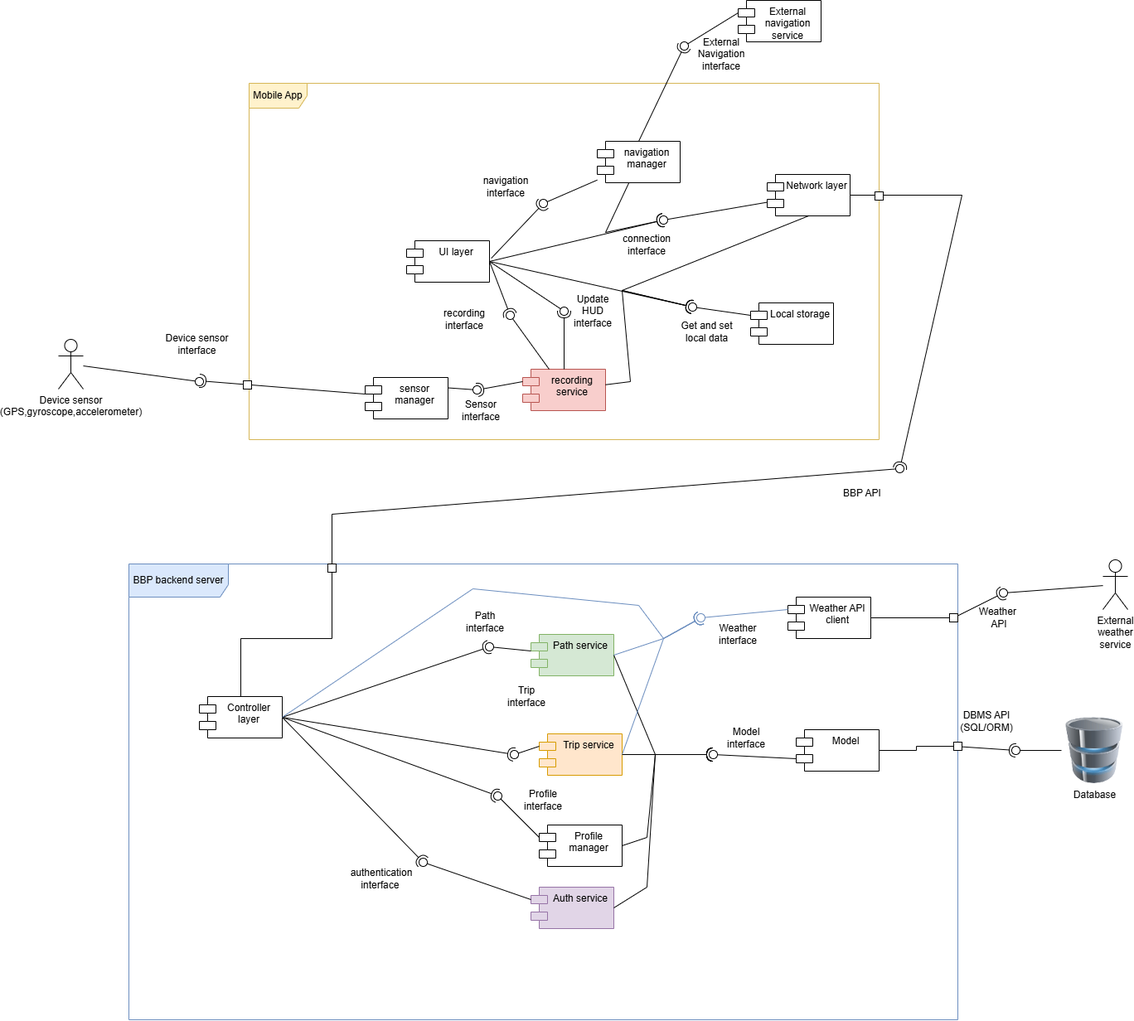
Earlier version of the draw.io export DD/LaTeXCode/images/componentDiagrams/Component_diagram-Complete_low_level_diagram.drawio.png (jacopobellosi/Bellosi-Montanelli-Tempobono). Source tidied: cells renumbered, new cells last; positions are measured from the earlier drawing's top-left corner, leaving out a move shared by most shapes.
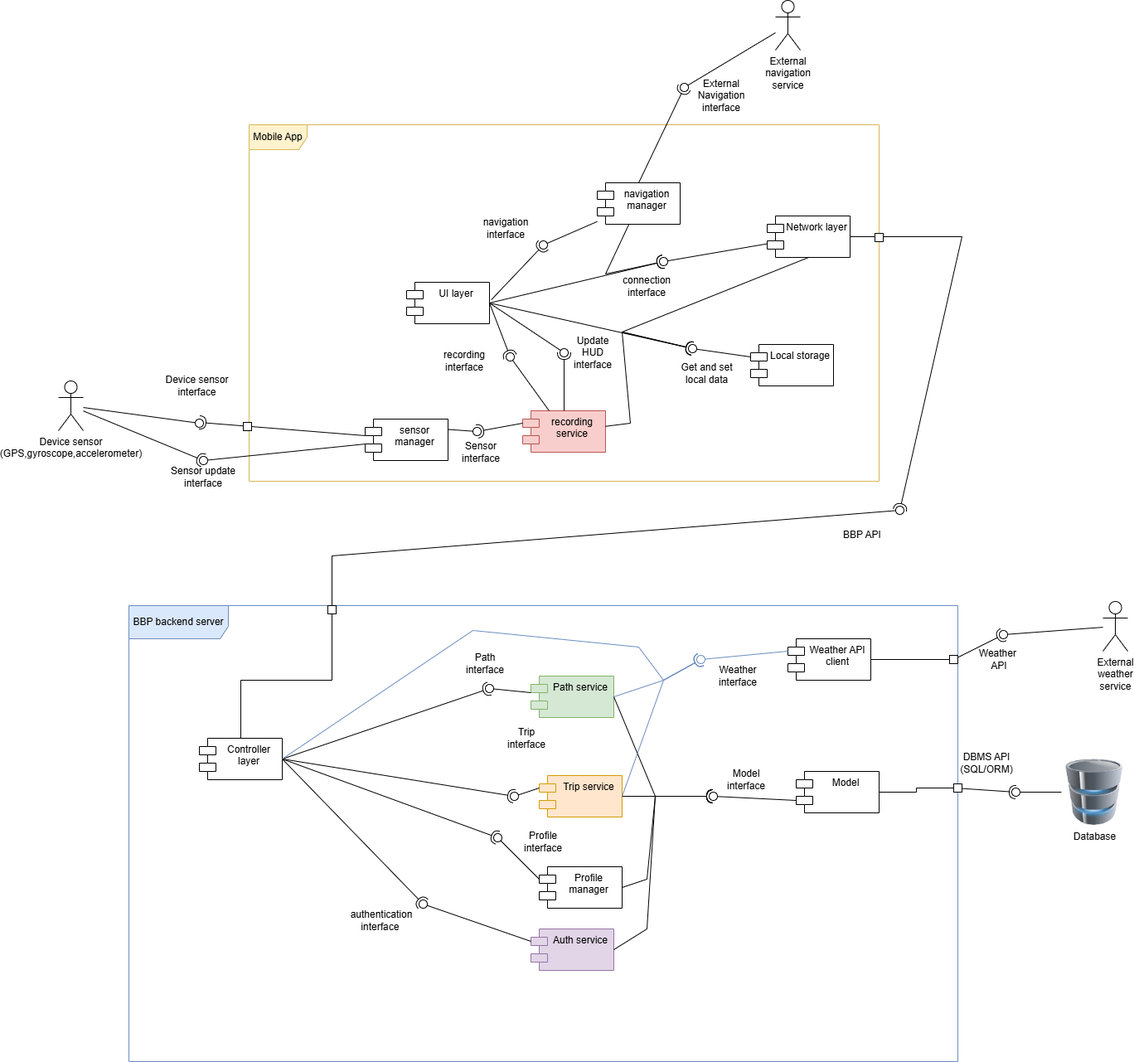
Above is the later version.

Diff of the diagram source:
```diff
@@ -5,9 +5,6 @@
     <mxCell id="2" value="BBP backend server" style="shape=umlFrame;whiteSpace=wrap;html=1;width=120;height=40;fillColor=#dae8fc;strokeColor=#6c8ebf;" parent="1" vertex="1">
       <mxGeometry x="85" y="680" width="1000" height="550" as="geometry" />
     </mxCell>
-    <mxCell id="3" value="External navigation service" style="shape=module;align=left;spacingLeft=20;align=center;verticalAlign=top;whiteSpace=wrap;html=1;" parent="1" vertex="1">
-      <mxGeometry x="820" width="100" height="50" as="geometry" />
-    </mxCell>
     <mxCell id="4" style="ellipse;whiteSpace=wrap;html=1;align=center;fillColor=none;strokeColor=none;perimeter=centerPerimeter;" parent="1" vertex="1">
       <mxGeometry x="675" y="580" width="10" height="10" as="geometry" />
     </mxCell>
@@ -335,7 +332,7 @@
     <mxCell id="92" style="rounded=0;jettySize=auto;html=1;endArrow=halfCircle;endFill=0;endSize=6;strokeWidth=1;sketch=0;exitX=0.5;exitY=0;exitDx=0;exitDy=0;" parent="1" edge="1" source="60" target="94">
       <mxGeometry relative="1" as="geometry" />
     </mxCell>
-    <mxCell id="93" style="rounded=0;jettySize=auto;html=1;endArrow=oval;endFill=0;sketch=0;sourcePerimeterSpacing=0;targetPerimeterSpacing=0;endSize=10;exitX=0;exitY=0;exitDx=0;exitDy=15;exitPerimeter=0;" parent="1" edge="1" source="3" target="94">
+    <mxCell id="93" style="rounded=0;jettySize=auto;html=1;endArrow=oval;endFill=0;sketch=0;sourcePerimeterSpacing=0;targetPerimeterSpacing=0;endSize=10;" parent="1" edge="1" source="3" target="94">
       <mxGeometry relative="1" as="geometry" />
     </mxCell>
     <mxCell id="94" style="ellipse;whiteSpace=wrap;html=1;align=center;fillColor=none;strokeColor=none;perimeter=centerPerimeter;points=[];outlineConnect=1;" parent="1" vertex="1">
@@ -441,5 +438,20 @@
         </Array>
       </mxGeometry>
     </mxCell>
+    <mxCell id="3" value="&lt;span style=&quot;text-wrap-mode: wrap;&quot;&gt;External navigation service&lt;/span&gt;" style="shape=umlActor;verticalLabelPosition=bottom;verticalAlign=top;html=1;outlineConnect=0;" parent="1" vertex="1">
+      <mxGeometry x="865" y="-50" width="30" height="60" as="geometry" />
+    </mxCell>
+    <mxCell id="123" style="rounded=0;jettySize=auto;html=1;endArrow=halfCircle;endFill=0;endSize=6;strokeWidth=1;sketch=0;" parent="1" edge="1" source="119" target="125">
+      <mxGeometry relative="1" as="geometry" />
+    </mxCell>
+    <mxCell id="124" style="rounded=0;jettySize=auto;html=1;endArrow=oval;endFill=0;sketch=0;sourcePerimeterSpacing=0;targetPerimeterSpacing=0;endSize=10;" parent="1" edge="1" source="59" target="125">
+      <mxGeometry relative="1" as="geometry" />
+    </mxCell>
+    <mxCell id="125" style="ellipse;whiteSpace=wrap;html=1;align=center;fillColor=none;strokeColor=none;perimeter=centerPerimeter;points=[];outlineConnect=1;" parent="1" vertex="1">
+      <mxGeometry x="170" y="500" width="10" height="10" as="geometry" />
+    </mxCell>
+    <mxCell id="126" value="Sensor update interface" style="text;html=1;whiteSpace=wrap;strokeColor=none;fillColor=none;align=center;verticalAlign=middle;rounded=0;" parent="1" vertex="1">
+      <mxGeometry x="130" y="510" width="90" height="30" as="geometry" />
+    </mxCell>
   </root>
 </mxGraphModel>
```
